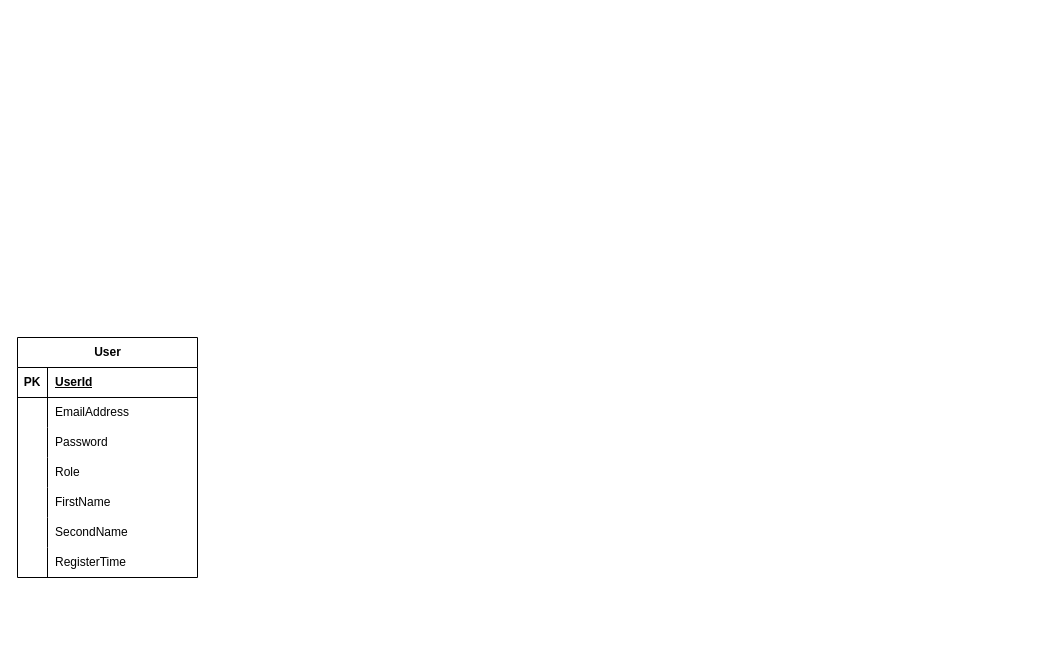
Before: ramenHouse/ERDiagram.drawio in TecJoJo/RamenHouse, a draw.io diagram. Source tidied: cells renumbered, new cells numbered last; positions are measured from the earlier drawing's top-left corner, leaving out a move shared by most shapes. Both pictures are drawn from the tidied source at 100%, with x=0, y=0 at pixel (17, 337).
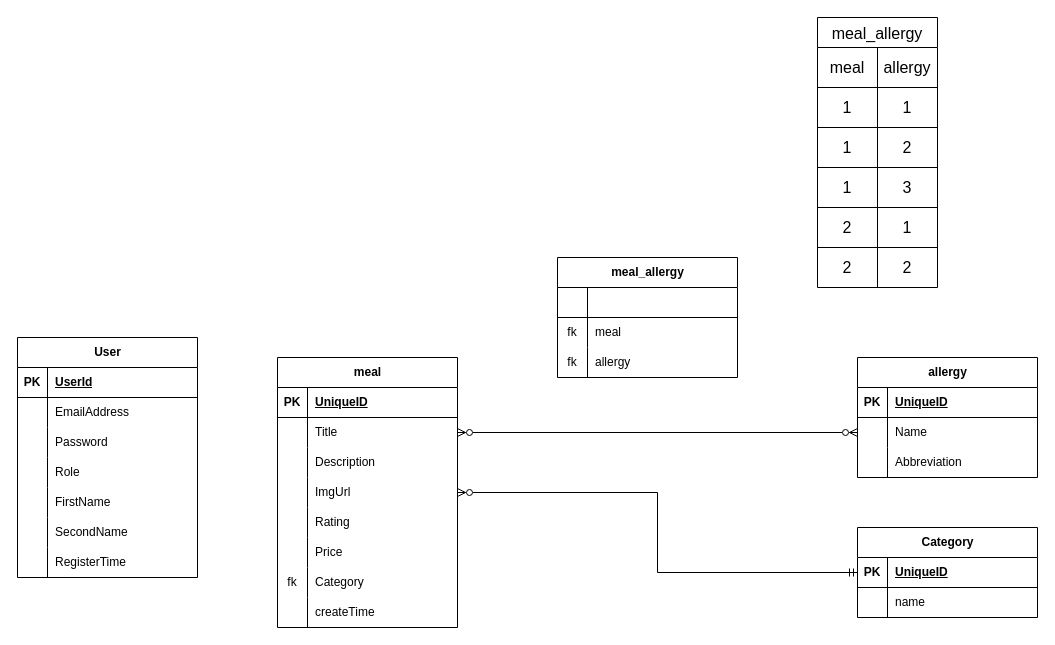
After the change.

Diff of the diagram source:
```diff
@@
+    <mxCell id="24" style="edgeStyle=orthogonalEdgeStyle;rounded=0;jettySize=auto;html=1;entryX=0;entryY=0.5;entryDx=0;entryDy=0;endArrow=ERmandOne;endFill=0;startArrow=ERzeroToMany;startFill=0;" parent="1" edge="1" source="25" target="61">
+      <mxGeometry relative="1" as="geometry" />
+    </mxCell>
+    <mxCell id="25" value="meal" style="shape=table;startSize=30;childLayout=tableLayout;rowLines=0;fontStyle=1;align=center;html=1;" parent="1" vertex="1">
+      <mxGeometry x="260" y="20" width="180" height="270" as="geometry" />
+    </mxCell>
+    <mxCell id="26" style="shape=tableRow;horizontal=0;startSize=0;swimlaneHead=0;swimlaneBody=0;fillColor=none;top=0;left=0;right=0;bottom=1;" parent="25" vertex="1">
+      <mxGeometry y="30" width="180" height="30" as="geometry" />
+    </mxCell>
+    <mxCell id="27" value="PK" style="shape=partialRectangle;fillColor=none;top=0;left=0;bottom=0;right=0;fontStyle=1;overflow=hidden;whiteSpace=wrap;html=1;" parent="26" vertex="1">
+      <mxGeometry width="30" height="30" as="geometry" />
+    </mxCell>
+    <mxCell id="28" value="UniqueID" style="shape=partialRectangle;fillColor=none;top=0;left=0;bottom=0;right=0;align=left;spacingLeft=6;fontStyle=5;overflow=hidden;whiteSpace=wrap;html=1;" parent="26" vertex="1">
+      <mxGeometry x="30" width="150" height="30" as="geometry" />
+    </mxCell>
+    <mxCell id="29" style="shape=tableRow;horizontal=0;startSize=0;swimlaneHead=0;swimlaneBody=0;fillColor=none;points=[[0,0.5],[1,0.5]];portConstraint=eastwest;top=0;left=0;right=0;bottom=0;" parent="25" vertex="1">
+      <mxGeometry y="60" width="180" height="30" as="geometry" />
+    </mxCell>
+    <mxCell id="30" style="shape=partialRectangle;fillColor=none;top=0;left=0;bottom=0;right=0;overflow=hidden;whiteSpace=wrap;html=1;" parent="29" vertex="1">
+      <mxGeometry width="30" height="30" as="geometry" />
+    </mxCell>
+    <mxCell id="31" value="Title" style="shape=partialRectangle;fillColor=none;top=0;left=0;bottom=0;right=0;align=left;spacingLeft=6;overflow=hidden;whiteSpace=wrap;html=1;" parent="29" vertex="1">
+      <mxGeometry x="30" width="150" height="30" as="geometry" />
+    </mxCell>
+    <mxCell id="32" style="shape=tableRow;horizontal=0;startSize=0;swimlaneHead=0;swimlaneBody=0;fillColor=none;top=0;left=0;right=0;bottom=0;" parent="25" vertex="1">
+      <mxGeometry y="90" width="180" height="30" as="geometry" />
+    </mxCell>
+    <mxCell id="33" style="shape=partialRectangle;fillColor=none;top=0;left=0;bottom=0;right=0;overflow=hidden;whiteSpace=wrap;html=1;" parent="32" vertex="1">
+      <mxGeometry width="30" height="30" as="geometry" />
+    </mxCell>
+    <mxCell id="34" value="Description&amp;nbsp;" style="shape=partialRectangle;fillColor=none;top=0;left=0;bottom=0;right=0;align=left;spacingLeft=6;overflow=hidden;whiteSpace=wrap;html=1;" parent="32" vertex="1">
+      <mxGeometry x="30" width="150" height="30" as="geometry" />
+    </mxCell>
+    <mxCell id="35" style="shape=tableRow;horizontal=0;startSize=0;swimlaneHead=0;swimlaneBody=0;fillColor=none;top=0;left=0;right=0;bottom=0;" parent="25" vertex="1">
+      <mxGeometry y="120" width="180" height="30" as="geometry" />
+    </mxCell>
+    <mxCell id="36" style="shape=partialRectangle;fillColor=none;top=0;left=0;bottom=0;right=0;overflow=hidden;whiteSpace=wrap;html=1;" parent="35" vertex="1">
+      <mxGeometry width="30" height="30" as="geometry" />
+    </mxCell>
+    <mxCell id="37" value="ImgUrl" style="shape=partialRectangle;fillColor=none;top=0;left=0;bottom=0;right=0;align=left;spacingLeft=6;overflow=hidden;whiteSpace=wrap;html=1;" parent="35" vertex="1">
+      <mxGeometry x="30" width="150" height="30" as="geometry" />
+    </mxCell>
+    <mxCell id="38" style="shape=tableRow;horizontal=0;startSize=0;swimlaneHead=0;swimlaneBody=0;fillColor=none;top=0;left=0;right=0;bottom=0;" parent="25" vertex="1">
+      <mxGeometry y="150" width="180" height="30" as="geometry" />
+    </mxCell>
+    <mxCell id="39" style="shape=partialRectangle;fillColor=none;top=0;left=0;bottom=0;right=0;overflow=hidden;whiteSpace=wrap;html=1;" parent="38" vertex="1">
+      <mxGeometry width="30" height="30" as="geometry" />
+    </mxCell>
+    <mxCell id="40" value="Rating" style="shape=partialRectangle;fillColor=none;top=0;left=0;bottom=0;right=0;align=left;spacingLeft=6;overflow=hidden;whiteSpace=wrap;html=1;" parent="38" vertex="1">
+      <mxGeometry x="30" width="150" height="30" as="geometry" />
+    </mxCell>
+    <mxCell id="41" style="shape=tableRow;horizontal=0;startSize=0;swimlaneHead=0;swimlaneBody=0;fillColor=none;top=0;left=0;right=0;bottom=0;" parent="25" vertex="1">
+      <mxGeometry y="180" width="180" height="30" as="geometry" />
+    </mxCell>
+    <mxCell id="42" style="shape=partialRectangle;fillColor=none;top=0;left=0;bottom=0;right=0;overflow=hidden;whiteSpace=wrap;html=1;" parent="41" vertex="1">
+      <mxGeometry width="30" height="30" as="geometry" />
+    </mxCell>
+    <mxCell id="43" value="Price" style="shape=partialRectangle;fillColor=none;top=0;left=0;bottom=0;right=0;align=left;spacingLeft=6;overflow=hidden;whiteSpace=wrap;html=1;" parent="41" vertex="1">
+      <mxGeometry x="30" width="150" height="30" as="geometry" />
+    </mxCell>
+    <mxCell id="44" style="shape=tableRow;horizontal=0;startSize=0;swimlaneHead=0;swimlaneBody=0;fillColor=none;top=0;left=0;right=0;bottom=0;" parent="25" vertex="1">
+      <mxGeometry y="210" width="180" height="30" as="geometry" />
+    </mxCell>
+    <mxCell id="45" value="fk" style="shape=partialRectangle;fillColor=none;top=0;left=0;bottom=0;right=0;overflow=hidden;whiteSpace=wrap;html=1;" parent="44" vertex="1">
+      <mxGeometry width="30" height="30" as="geometry" />
+    </mxCell>
+    <mxCell id="46" value="Category" style="shape=partialRectangle;fillColor=none;top=0;left=0;bottom=0;right=0;align=left;spacingLeft=6;overflow=hidden;whiteSpace=wrap;html=1;" parent="44" vertex="1">
+      <mxGeometry x="30" width="150" height="30" as="geometry" />
+    </mxCell>
+    <mxCell id="47" style="shape=tableRow;horizontal=0;startSize=0;swimlaneHead=0;swimlaneBody=0;fillColor=none;top=0;left=0;right=0;bottom=0;" parent="25" vertex="1">
+      <mxGeometry y="240" width="180" height="30" as="geometry" />
+    </mxCell>
+    <mxCell id="48" style="shape=partialRectangle;fillColor=none;top=0;left=0;bottom=0;right=0;overflow=hidden;whiteSpace=wrap;html=1;" parent="47" vertex="1">
+      <mxGeometry width="30" height="30" as="geometry" />
+    </mxCell>
+    <mxCell id="49" value="createTime" style="shape=partialRectangle;fillColor=none;top=0;left=0;bottom=0;right=0;align=left;spacingLeft=6;overflow=hidden;whiteSpace=wrap;html=1;" parent="47" vertex="1">
+      <mxGeometry x="30" width="150" height="30" as="geometry" />
+    </mxCell>
+    <mxCell id="50" value="allergy" style="shape=table;startSize=30;childLayout=tableLayout;rowLines=0;fontStyle=1;align=center;html=1;" parent="1" vertex="1">
+      <mxGeometry x="840" y="20" width="180" height="120" as="geometry" />
+    </mxCell>
+    <mxCell id="51" style="shape=tableRow;horizontal=0;startSize=0;swimlaneHead=0;swimlaneBody=0;fillColor=none;top=0;left=0;right=0;bottom=1;" parent="50" vertex="1">
+      <mxGeometry y="30" width="180" height="30" as="geometry" />
+    </mxCell>
+    <mxCell id="52" value="PK" style="shape=partialRectangle;fillColor=none;top=0;left=0;bottom=0;right=0;fontStyle=1;overflow=hidden;whiteSpace=wrap;html=1;" parent="51" vertex="1">
+      <mxGeometry width="30" height="30" as="geometry" />
+    </mxCell>
+    <mxCell id="53" value="UniqueID" style="shape=partialRectangle;fillColor=none;top=0;left=0;bottom=0;right=0;align=left;spacingLeft=6;fontStyle=5;overflow=hidden;whiteSpace=wrap;html=1;" parent="51" vertex="1">
+      <mxGeometry x="30" width="150" height="30" as="geometry" />
+    </mxCell>
+    <mxCell id="54" style="shape=tableRow;horizontal=0;startSize=0;swimlaneHead=0;swimlaneBody=0;fillColor=none;points=[[0,0.5],[1,0.5]];portConstraint=eastwest;top=0;left=0;right=0;bottom=0;" parent="50" vertex="1">
+      <mxGeometry y="60" width="180" height="30" as="geometry" />
+    </mxCell>
+    <mxCell id="55" style="shape=partialRectangle;fillColor=none;top=0;left=0;bottom=0;right=0;overflow=hidden;whiteSpace=wrap;html=1;" parent="54" vertex="1">
+      <mxGeometry width="30" height="30" as="geometry" />
+    </mxCell>
+    <mxCell id="56" value="Name" style="shape=partialRectangle;fillColor=none;top=0;left=0;bottom=0;right=0;align=left;spacingLeft=6;overflow=hidden;whiteSpace=wrap;html=1;" parent="54" vertex="1">
+      <mxGeometry x="30" width="150" height="30" as="geometry" />
+    </mxCell>
+    <mxCell id="57" style="shape=tableRow;horizontal=0;startSize=0;swimlaneHead=0;swimlaneBody=0;fillColor=none;top=0;left=0;right=0;bottom=0;" parent="50" vertex="1">
+      <mxGeometry y="90" width="180" height="30" as="geometry" />
+    </mxCell>
+    <mxCell id="58" style="shape=partialRectangle;fillColor=none;top=0;left=0;bottom=0;right=0;overflow=hidden;whiteSpace=wrap;html=1;" parent="57" vertex="1">
+      <mxGeometry width="30" height="30" as="geometry" />
+    </mxCell>
+    <mxCell id="59" value="Abbreviation" style="shape=partialRectangle;fillColor=none;top=0;left=0;bottom=0;right=0;align=left;spacingLeft=6;overflow=hidden;whiteSpace=wrap;html=1;" parent="57" vertex="1">
+      <mxGeometry x="30" width="150" height="30" as="geometry" />
+    </mxCell>
+    <mxCell id="60" value="Category" style="shape=table;startSize=30;childLayout=tableLayout;rowLines=0;fontStyle=1;align=center;html=1;" parent="1" vertex="1">
+      <mxGeometry x="840" y="190" width="180" height="90" as="geometry" />
+    </mxCell>
+    <mxCell id="61" style="shape=tableRow;horizontal=0;startSize=0;swimlaneHead=0;swimlaneBody=0;fillColor=none;points=[[0,0.5],[1,0.5]];portConstraint=eastwest;top=0;left=0;right=0;bottom=1;" parent="60" vertex="1">
+      <mxGeometry y="30" width="180" height="30" as="geometry" />
+    </mxCell>
+    <mxCell id="62" value="PK" style="shape=partialRectangle;fillColor=none;top=0;left=0;bottom=0;right=0;fontStyle=1;overflow=hidden;whiteSpace=wrap;html=1;" parent="61" vertex="1">
+      <mxGeometry width="30" height="30" as="geometry" />
+    </mxCell>
+    <mxCell id="63" value="UniqueID" style="shape=partialRectangle;fillColor=none;top=0;left=0;bottom=0;right=0;align=left;spacingLeft=6;fontStyle=5;overflow=hidden;whiteSpace=wrap;html=1;" parent="61" vertex="1">
+      <mxGeometry x="30" width="150" height="30" as="geometry" />
+    </mxCell>
+    <mxCell id="64" style="shape=tableRow;horizontal=0;startSize=0;swimlaneHead=0;swimlaneBody=0;fillColor=none;top=0;left=0;right=0;bottom=0;" parent="60" vertex="1">
+      <mxGeometry y="60" width="180" height="30" as="geometry" />
+    </mxCell>
+    <mxCell id="65" style="shape=partialRectangle;fillColor=none;top=0;left=0;bottom=0;right=0;overflow=hidden;whiteSpace=wrap;html=1;" parent="64" vertex="1">
+      <mxGeometry width="30" height="30" as="geometry" />
+    </mxCell>
+    <mxCell id="66" value="name" style="shape=partialRectangle;fillColor=none;top=0;left=0;bottom=0;right=0;align=left;spacingLeft=6;overflow=hidden;whiteSpace=wrap;html=1;" parent="64" vertex="1">
+      <mxGeometry x="30" width="150" height="30" as="geometry" />
+    </mxCell>
+    <mxCell id="67" style="edgeStyle=orthogonalEdgeStyle;rounded=0;jettySize=auto;html=1;entryX=0;entryY=0.5;entryDx=0;entryDy=0;endArrow=ERzeroToMany;endFill=0;startArrow=ERzeroToMany;startFill=0;" parent="1" edge="1" source="29" target="54">
+      <mxGeometry relative="1" as="geometry" />
+    </mxCell>
+    <mxCell id="68" value="meal_allergy" style="shape=table;startSize=30;childLayout=tableLayout;rowLines=0;fontStyle=1;align=center;html=1;" parent="1" vertex="1">
+      <mxGeometry x="540" y="-80" width="180" height="120" as="geometry" />
+    </mxCell>
+    <mxCell id="69" style="shape=tableRow;horizontal=0;startSize=0;swimlaneHead=0;swimlaneBody=0;fillColor=none;top=0;left=0;right=0;bottom=1;" parent="68" vertex="1">
+      <mxGeometry y="30" width="180" height="30" as="geometry" />
+    </mxCell>
+    <mxCell id="70" style="shape=partialRectangle;fillColor=none;top=0;left=0;bottom=0;right=0;fontStyle=1;overflow=hidden;whiteSpace=wrap;html=1;" parent="69" vertex="1">
+      <mxGeometry width="30" height="30" as="geometry" />
+    </mxCell>
+    <mxCell id="71" style="shape=partialRectangle;fillColor=none;top=0;left=0;bottom=0;right=0;align=left;spacingLeft=6;fontStyle=5;overflow=hidden;whiteSpace=wrap;html=1;" parent="69" vertex="1">
+      <mxGeometry x="30" width="150" height="30" as="geometry" />
+    </mxCell>
+    <mxCell id="72" style="shape=tableRow;horizontal=0;startSize=0;swimlaneHead=0;swimlaneBody=0;fillColor=none;top=0;left=0;right=0;bottom=0;" parent="68" vertex="1">
+      <mxGeometry y="60" width="180" height="30" as="geometry" />
+    </mxCell>
+    <mxCell id="73" value="fk" style="shape=partialRectangle;fillColor=none;top=0;left=0;bottom=0;right=0;overflow=hidden;whiteSpace=wrap;html=1;" parent="72" vertex="1">
+      <mxGeometry width="30" height="30" as="geometry" />
+    </mxCell>
+    <mxCell id="74" value="meal" style="shape=partialRectangle;fillColor=none;top=0;left=0;bottom=0;right=0;align=left;spacingLeft=6;overflow=hidden;whiteSpace=wrap;html=1;" parent="72" vertex="1">
+      <mxGeometry x="30" width="150" height="30" as="geometry" />
+    </mxCell>
+    <mxCell id="75" style="shape=tableRow;horizontal=0;startSize=0;swimlaneHead=0;swimlaneBody=0;fillColor=none;top=0;left=0;right=0;bottom=0;" parent="68" vertex="1">
+      <mxGeometry y="90" width="180" height="30" as="geometry" />
+    </mxCell>
+    <mxCell id="76" value="fk" style="shape=partialRectangle;fillColor=none;top=0;left=0;bottom=0;right=0;overflow=hidden;whiteSpace=wrap;html=1;" parent="75" vertex="1">
+      <mxGeometry width="30" height="30" as="geometry" />
+    </mxCell>
+    <mxCell id="77" value="allergy" style="shape=partialRectangle;fillColor=none;top=0;left=0;bottom=0;right=0;align=left;spacingLeft=6;overflow=hidden;whiteSpace=wrap;html=1;" parent="75" vertex="1">
+      <mxGeometry x="30" width="150" height="30" as="geometry" />
+    </mxCell>
+    <mxCell id="78" value="meal_allergy" style="shape=table;startSize=30;childLayout=tableLayout;strokeColor=default;fontSize=16;" parent="1" vertex="1">
+      <mxGeometry x="800" y="-320" width="120" height="270" as="geometry" />
+    </mxCell>
+    <mxCell id="79" style="shape=tableRow;horizontal=0;startSize=0;swimlaneHead=0;swimlaneBody=0;strokeColor=inherit;top=0;left=0;bottom=0;right=0;fillColor=none;fontSize=16;" parent="78" vertex="1">
+      <mxGeometry y="30" width="120" height="40" as="geometry" />
+    </mxCell>
+    <mxCell id="80" value="meal" style="shape=partialRectangle;html=1;whiteSpace=wrap;strokeColor=inherit;overflow=hidden;fillColor=none;top=0;left=0;bottom=0;right=0;fontSize=16;" parent="79" vertex="1">
+      <mxGeometry width="60" height="40" as="geometry" />
+    </mxCell>
+    <mxCell id="81" value="allergy" style="shape=partialRectangle;html=1;whiteSpace=wrap;strokeColor=inherit;overflow=hidden;fillColor=none;top=0;left=0;bottom=0;right=0;fontSize=16;" parent="79" vertex="1">
+      <mxGeometry x="60" width="60" height="40" as="geometry" />
+    </mxCell>
+    <mxCell id="82" style="shape=tableRow;horizontal=0;startSize=0;swimlaneHead=0;swimlaneBody=0;strokeColor=inherit;top=0;left=0;bottom=0;right=0;fillColor=none;fontSize=16;" parent="78" vertex="1">
+      <mxGeometry y="70" width="120" height="40" as="geometry" />
+    </mxCell>
+    <mxCell id="83" value="1" style="shape=partialRectangle;html=1;whiteSpace=wrap;strokeColor=inherit;overflow=hidden;fillColor=none;top=0;left=0;bottom=0;right=0;fontSize=16;" parent="82" vertex="1">
+      <mxGeometry width="60" height="40" as="geometry" />
+    </mxCell>
+    <mxCell id="84" value="1" style="shape=partialRectangle;html=1;whiteSpace=wrap;strokeColor=inherit;overflow=hidden;fillColor=none;top=0;left=0;bottom=0;right=0;fontSize=16;" parent="82" vertex="1">
+      <mxGeometry x="60" width="60" height="40" as="geometry" />
+    </mxCell>
+    <mxCell id="85" style="shape=tableRow;horizontal=0;startSize=0;swimlaneHead=0;swimlaneBody=0;strokeColor=inherit;top=0;left=0;bottom=0;right=0;fillColor=none;fontSize=16;" parent="78" vertex="1">
+      <mxGeometry y="110" width="120" height="40" as="geometry" />
+    </mxCell>
+    <mxCell id="86" value="1" style="shape=partialRectangle;html=1;whiteSpace=wrap;strokeColor=inherit;overflow=hidden;fillColor=none;top=0;left=0;bottom=0;right=0;fontSize=16;" parent="85" vertex="1">
+      <mxGeometry width="60" height="40" as="geometry" />
+    </mxCell>
+    <mxCell id="87" value="2" style="shape=partialRectangle;html=1;whiteSpace=wrap;strokeColor=inherit;overflow=hidden;fillColor=none;top=0;left=0;bottom=0;right=0;fontSize=16;" parent="85" vertex="1">
+      <mxGeometry x="60" width="60" height="40" as="geometry" />
+    </mxCell>
+    <mxCell id="88" style="shape=tableRow;horizontal=0;startSize=0;swimlaneHead=0;swimlaneBody=0;strokeColor=inherit;top=0;left=0;bottom=0;right=0;fillColor=none;fontSize=16;" parent="78" vertex="1">
+      <mxGeometry y="150" width="120" height="40" as="geometry" />
+    </mxCell>
+    <mxCell id="89" value="1" style="shape=partialRectangle;html=1;whiteSpace=wrap;strokeColor=inherit;overflow=hidden;fillColor=none;top=0;left=0;bottom=0;right=0;fontSize=16;" parent="88" vertex="1">
+      <mxGeometry width="60" height="40" as="geometry" />
+    </mxCell>
+    <mxCell id="90" value="3" style="shape=partialRectangle;html=1;whiteSpace=wrap;strokeColor=inherit;overflow=hidden;fillColor=none;top=0;left=0;bottom=0;right=0;fontSize=16;" parent="88" vertex="1">
+      <mxGeometry x="60" width="60" height="40" as="geometry" />
+    </mxCell>
+    <mxCell id="91" style="shape=tableRow;horizontal=0;startSize=0;swimlaneHead=0;swimlaneBody=0;strokeColor=inherit;top=0;left=0;bottom=0;right=0;fillColor=none;fontSize=16;" parent="78" vertex="1">
+      <mxGeometry y="190" width="120" height="40" as="geometry" />
+    </mxCell>
+    <mxCell id="92" value="2" style="shape=partialRectangle;html=1;whiteSpace=wrap;strokeColor=inherit;overflow=hidden;fillColor=none;top=0;left=0;bottom=0;right=0;fontSize=16;" parent="91" vertex="1">
+      <mxGeometry width="60" height="40" as="geometry" />
+    </mxCell>
+    <mxCell id="93" value="1" style="shape=partialRectangle;html=1;whiteSpace=wrap;strokeColor=inherit;overflow=hidden;fillColor=none;top=0;left=0;bottom=0;right=0;fontSize=16;" parent="91" vertex="1">
+      <mxGeometry x="60" width="60" height="40" as="geometry" />
+    </mxCell>
+    <mxCell id="94" style="shape=tableRow;horizontal=0;startSize=0;swimlaneHead=0;swimlaneBody=0;strokeColor=inherit;top=0;left=0;bottom=0;right=0;fillColor=none;fontSize=16;" parent="78" vertex="1">
+      <mxGeometry y="230" width="120" height="40" as="geometry" />
+    </mxCell>
+    <mxCell id="95" value="2" style="shape=partialRectangle;html=1;whiteSpace=wrap;strokeColor=inherit;overflow=hidden;fillColor=none;top=0;left=0;bottom=0;right=0;fontSize=16;" parent="94" vertex="1">
+      <mxGeometry width="60" height="40" as="geometry" />
+    </mxCell>
+    <mxCell id="96" value="2" style="shape=partialRectangle;html=1;whiteSpace=wrap;strokeColor=inherit;overflow=hidden;fillColor=none;top=0;left=0;bottom=0;right=0;fontSize=16;" parent="94" vertex="1">
+      <mxGeometry x="60" width="60" height="40" as="geometry" />
+    </mxCell>
```
